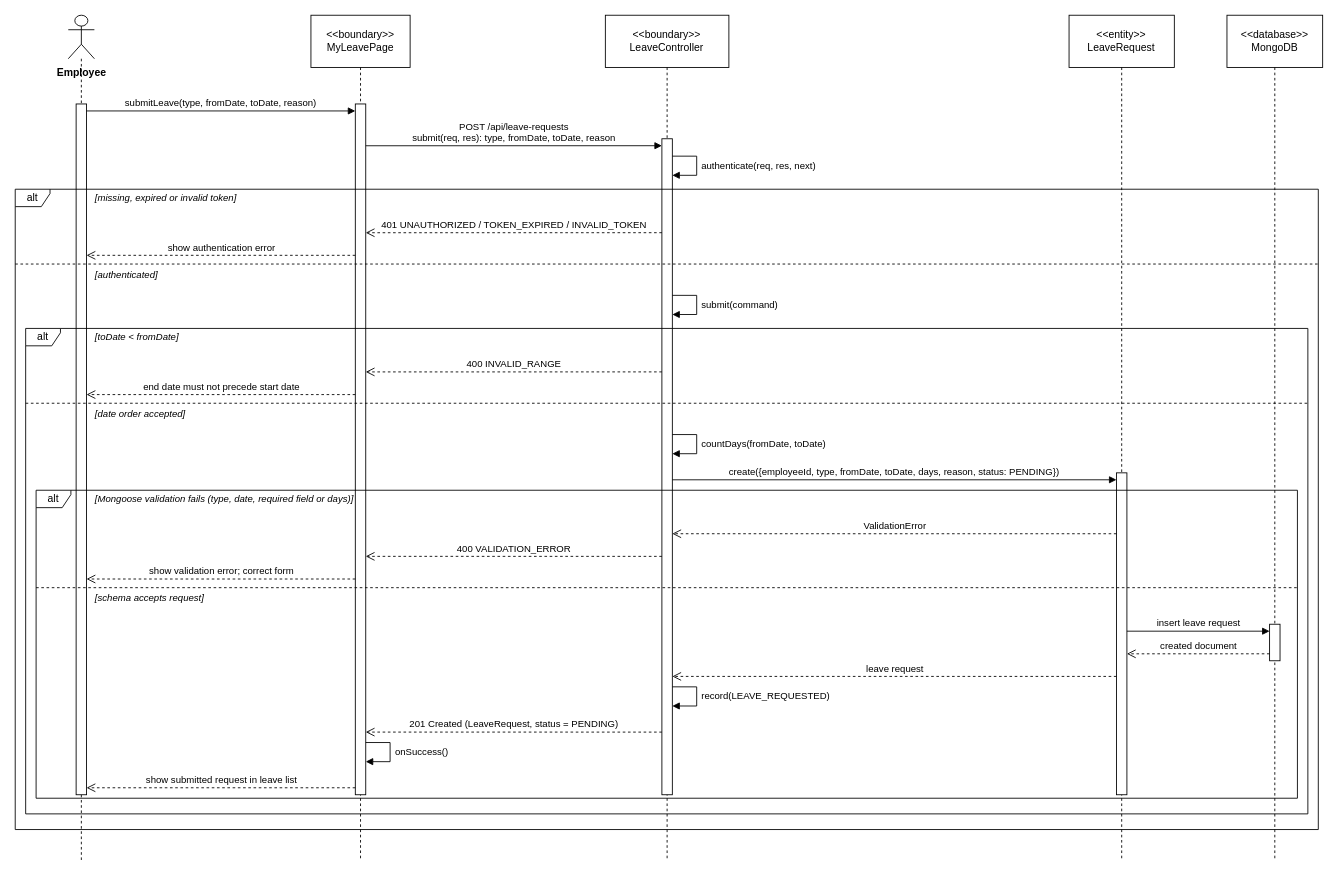
Above: final/diagrams/M5_Front-Desk-And-HR_Diagrams/sequence_diagrams/SD-19_UC-E15_SubmitLeaveRequest.drawio in toikobi401/SWD392 (draw.io), before the change. Source tidied: cells renumbered, new cells numbered last; positions are measured from the earlier drawing's top-left corner, leaving out a move shared by most shapes. Both pictures are drawn from the tidied source at 87%, with x=0, y=0 at pixel (15, 15).
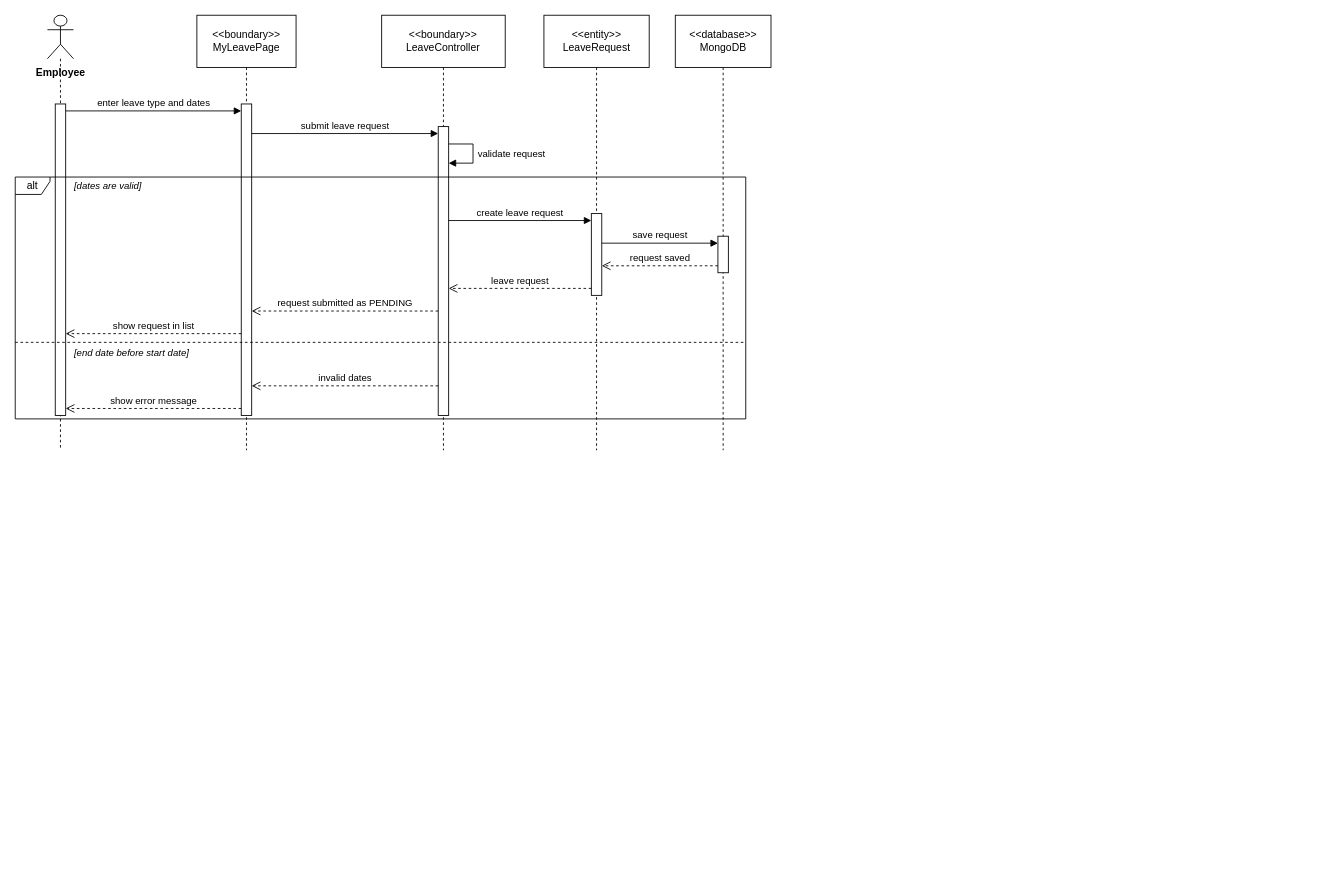
Above is the later version.

What changed in the source:
```diff
@@
     <mxCell id="2" value="Employee" style="shape=umlLifeline;participant=umlActor;perimeter=lifelinePerimeter;whiteSpace=nowrap;html=1;verticalAlign=top;spacingTop=52;size=50;fontStyle=1;" parent="1" vertex="1">
-      <mxGeometry x="61" width="30" height="972" as="geometry" />
+      <mxGeometry x="37" width="30" height="500" as="geometry" />
     </mxCell>
     <mxCell id="3" value="&amp;lt;&amp;lt;boundary&amp;gt;&amp;gt;&lt;br&gt;MyLeavePage" style="shape=umlLifeline;perimeter=lifelinePerimeter;whiteSpace=wrap;html=1;size=60;" parent="1" vertex="1">
-      <mxGeometry x="339.9" width="114" height="972" as="geometry" />
+      <mxGeometry x="208.8" width="114" height="500" as="geometry" />
     </mxCell>
     <mxCell id="4" value="&amp;lt;&amp;lt;boundary&amp;gt;&amp;gt;&lt;br&gt;LeaveController" style="shape=umlLifeline;perimeter=lifelinePerimeter;whiteSpace=wrap;html=1;size=60;" parent="1" vertex="1">
-      <mxGeometry x="678.3" width="142" height="972" as="geometry" />
+      <mxGeometry x="421.2" width="142" height="500" as="geometry" />
     </mxCell>
     <mxCell id="5" value="&amp;lt;&amp;lt;entity&amp;gt;&amp;gt;&lt;br&gt;LeaveRequest" style="shape=umlLifeline;perimeter=lifelinePerimeter;whiteSpace=wrap;html=1;size=60;" parent="1" vertex="1">
-      <mxGeometry x="1211.3" width="121" height="972" as="geometry" />
+      <mxGeometry x="607.7" width="121" height="500" as="geometry" />
     </mxCell>
     <mxCell id="6" value="&amp;lt;&amp;lt;database&amp;gt;&amp;gt;&lt;br&gt;MongoDB" style="shape=umlLifeline;perimeter=lifelinePerimeter;whiteSpace=wrap;html=1;size=60;" parent="1" vertex="1">
-      <mxGeometry x="1392.8" width="110" height="972" as="geometry" />
+      <mxGeometry x="758.7" width="110" height="500" as="geometry" />
     </mxCell>
     <mxCell id="7" style="html=1;points=[];perimeter=orthogonalPerimeter;outlineConnect=0;targetShapes=umlLifeline;portConstraint=eastwest;" parent="6" vertex="1">
-      <mxGeometry x="49" y="700" width="12" height="42" as="geometry" />
+      <mxGeometry x="49" y="254" width="12" height="42" as="geometry" />
     </mxCell>
     <mxCell id="8" style="html=1;points=[];perimeter=orthogonalPerimeter;outlineConnect=0;targetShapes=umlLifeline;portConstraint=eastwest;" parent="5" vertex="1">
-      <mxGeometry x="54.5" y="526" width="12" height="370" as="geometry" />
+      <mxGeometry x="54.5" y="228" width="12" height="94" as="geometry" />
     </mxCell>
     <mxCell id="9" style="html=1;points=[];perimeter=orthogonalPerimeter;outlineConnect=0;targetShapes=umlLifeline;portConstraint=eastwest;" parent="4" vertex="1">
-      <mxGeometry x="65" y="142" width="12" height="754" as="geometry" />
+      <mxGeometry x="65" y="128" width="12" height="332" as="geometry" />
     </mxCell>
     <mxCell id="10" style="html=1;points=[];perimeter=orthogonalPerimeter;outlineConnect=0;targetShapes=umlLifeline;portConstraint=eastwest;" parent="3" vertex="1">
-      <mxGeometry x="51" y="102" width="12" height="794" as="geometry" />
+      <mxGeometry x="51" y="102" width="12" height="358" as="geometry" />
     </mxCell>
     <mxCell id="11" style="html=1;points=[];perimeter=orthogonalPerimeter;outlineConnect=0;targetShapes=umlLifeline;portConstraint=eastwest;" parent="2" vertex="1">
-      <mxGeometry x="9" y="102" width="12" height="794" as="geometry" />
+      <mxGeometry x="9" y="102" width="12" height="358" as="geometry" />
     </mxCell>
     <mxCell id="12" value="alt" style="shape=umlFrame;whiteSpace=wrap;html=1;width=40;height=20;" parent="1" vertex="1">
-      <mxGeometry y="200" width="1497.8" height="736" as="geometry" />
+      <mxGeometry y="186" width="839.7" height="278" as="geometry" />
     </mxCell>
     <mxCell id="13" style="endArrow=none;dashed=1;html=1;rounded=0;" parent="1" edge="1">
       <mxGeometry relative="1" as="geometry">
-        <mxPoint y="286" as="sourcePoint" />
-        <mxPoint x="1497.8" y="286" as="targetPoint" />
+        <mxPoint y="376" as="sourcePoint" />
+        <mxPoint x="839.7" y="376" as="targetPoint" />
       </mxGeometry>
     </mxCell>
-    <mxCell id="14" value="[missing, expired or invalid token]" style="text;html=1;align=left;verticalAlign=middle;whiteSpace=nowrap;fontSize=11;fontStyle=2;labelBackgroundColor=#ffffff;" parent="1" vertex="1">
-      <mxGeometry x="90" y="200" width="219.9" height="20" as="geometry" />
+    <mxCell id="14" value="[dates are valid]" style="text;html=1;align=left;verticalAlign=middle;whiteSpace=nowrap;fontSize=11;fontStyle=2;labelBackgroundColor=#ffffff;" parent="1" vertex="1">
+      <mxGeometry x="66" y="186" width="106.5" height="20" as="geometry" />
     </mxCell>
-    <mxCell id="15" value="[authenticated]" style="text;html=1;align=left;verticalAlign=middle;whiteSpace=nowrap;fontSize=11;fontStyle=2;labelBackgroundColor=#ffffff;" parent="1" vertex="1">
-      <mxGeometry x="90" y="288" width="93.9" height="20" as="geometry" />
+    <mxCell id="15" value="[end date before start date]" style="text;html=1;align=left;verticalAlign=middle;whiteSpace=nowrap;fontSize=11;fontStyle=2;labelBackgroundColor=#ffffff;" parent="1" vertex="1">
+      <mxGeometry x="66" y="378" width="175.8" height="20" as="geometry" />
     </mxCell>
-    <mxCell id="16" value="alt" style="shape=umlFrame;whiteSpace=wrap;html=1;width=40;height=20;" parent="1" vertex="1">
-      <mxGeometry x="12" y="360" width="1473.8" height="558" as="geometry" />
-    </mxCell>
-    <mxCell id="17" style="endArrow=none;dashed=1;html=1;rounded=0;" parent="1" edge="1">
-      <mxGeometry relative="1" as="geometry">
-        <mxPoint x="12" y="446" as="sourcePoint" />
-        <mxPoint x="1485.8" y="446" as="targetPoint" />
-      </mxGeometry>
-    </mxCell>
-    <mxCell id="18" value="[toDate &lt; fromDate]" style="text;html=1;align=left;verticalAlign=middle;whiteSpace=nowrap;fontSize=11;fontStyle=2;labelBackgroundColor=#ffffff;" parent="1" vertex="1">
-      <mxGeometry x="90" y="360" width="119.1" height="20" as="geometry" />
-    </mxCell>
-    <mxCell id="19" value="[date order accepted]" style="text;html=1;align=left;verticalAlign=middle;whiteSpace=nowrap;fontSize=11;fontStyle=2;labelBackgroundColor=#ffffff;" parent="1" vertex="1">
-      <mxGeometry x="90" y="448" width="131.7" height="20" as="geometry" />
-    </mxCell>
-    <mxCell id="20" value="alt" style="shape=umlFrame;whiteSpace=wrap;html=1;width=40;height=20;" parent="1" vertex="1">
-      <mxGeometry x="24" y="546" width="1449.8" height="354" as="geometry" />
-    </mxCell>
-    <mxCell id="21" style="endArrow=none;dashed=1;html=1;rounded=0;" parent="1" edge="1">
-      <mxGeometry relative="1" as="geometry">
-        <mxPoint x="24" y="658" as="sourcePoint" />
-        <mxPoint x="1473.8" y="658" as="targetPoint" />
-      </mxGeometry>
-    </mxCell>
-    <mxCell id="22" value="[Mongoose validation fails (type, date, required field or days)]" style="text;html=1;align=left;verticalAlign=middle;whiteSpace=nowrap;fontSize=11;fontStyle=2;labelBackgroundColor=#ffffff;" parent="1" vertex="1">
-      <mxGeometry x="90" y="546" width="402.6" height="20" as="geometry" />
-    </mxCell>
-    <mxCell id="23" value="[schema accepts request]" style="text;html=1;align=left;verticalAlign=middle;whiteSpace=nowrap;fontSize=11;fontStyle=2;labelBackgroundColor=#ffffff;" parent="1" vertex="1">
-      <mxGeometry x="90" y="660" width="150.6" height="20" as="geometry" />
-    </mxCell>
-    <mxCell id="24" value="submitLeave(type, fromDate, toDate, reason)" style="html=1;verticalAlign=bottom;rounded=0;fontSize=11;endArrow=block;endFill=1;exitX=1;exitY=0.0101;exitDx=0;exitDy=0;exitPerimeter=0;entryX=0;entryY=0.0101;entryDx=0;entryDy=0;entryPerimeter=0;" parent="1" edge="1" source="11" target="10">
+    <mxCell id="24" value="enter leave type and dates" style="html=1;verticalAlign=bottom;rounded=0;fontSize=11;endArrow=block;endFill=1;exitX=1;exitY=0.0223;exitDx=0;exitDy=0;exitPerimeter=0;entryX=0;entryY=0.0223;entryDx=0;entryDy=0;entryPerimeter=0;" parent="1" edge="1" source="11" target="10">
       <mxGeometry relative="1" as="geometry" />
     </mxCell>
-    <mxCell id="25" value="POST /api/leave-requests&lt;br&gt;submit(req, res): type, fromDate, toDate, reason" style="html=1;verticalAlign=bottom;rounded=0;fontSize=11;endArrow=block;endFill=1;exitX=1;exitY=0.0605;exitDx=0;exitDy=0;exitPerimeter=0;entryX=0;entryY=0.0106;entryDx=0;entryDy=0;entryPerimeter=0;" parent="1" edge="1" source="10" target="9">
+    <mxCell id="25" value="submit leave request" style="html=1;verticalAlign=bottom;rounded=0;fontSize=11;endArrow=block;endFill=1;exitX=1;exitY=0.095;exitDx=0;exitDy=0;exitPerimeter=0;entryX=0;entryY=0.0241;entryDx=0;entryDy=0;entryPerimeter=0;" parent="1" edge="1" source="10" target="9">
       <mxGeometry relative="1" as="geometry" />
     </mxCell>
-    <mxCell id="26" value="authenticate(req, res, next)" style="html=1;align=left;spacingLeft=4;verticalAlign=middle;endArrow=block;endFill=1;rounded=0;fontSize=11;exitX=1;exitY=0.0265;exitDx=0;exitDy=0;exitPerimeter=0;entryX=1;entryY=0.0557;entryDx=0;entryDy=0;entryPerimeter=0;" parent="1" edge="1" source="9" target="9">
+    <mxCell id="26" value="validate request" style="html=1;align=left;spacingLeft=4;verticalAlign=middle;endArrow=block;endFill=1;rounded=0;fontSize=11;exitX=1;exitY=0.0602;exitDx=0;exitDy=0;exitPerimeter=0;entryX=1;entryY=0.1265;entryDx=0;entryDy=0;entryPerimeter=0;" parent="1" edge="1" source="9" target="9">
       <mxGeometry relative="1" as="geometry">
         <Array as="points">
-          <mxPoint x="783.3" y="162" />
-          <mxPoint x="783.3" y="184" />
+          <mxPoint x="526.2" y="148" />
+          <mxPoint x="526.2" y="170" />
         </Array>
       </mxGeometry>
     </mxCell>
-    <mxCell id="27" value="401 UNAUTHORIZED / TOKEN_EXPIRED / INVALID_TOKEN" style="html=1;verticalAlign=bottom;rounded=0;fontSize=11;dashed=1;endArrow=open;endSize=8;exitX=0;exitY=0.1432;exitDx=0;exitDy=0;exitPerimeter=0;entryX=1;entryY=0.1864;entryDx=0;entryDy=0;entryPerimeter=0;" parent="1" edge="1" source="9" target="10">
+    <mxCell id="27" value="create leave request" style="html=1;verticalAlign=bottom;rounded=0;fontSize=11;endArrow=block;endFill=1;exitX=1;exitY=0.3253;exitDx=0;exitDy=0;exitPerimeter=0;entryX=0;entryY=0.0851;entryDx=0;entryDy=0;entryPerimeter=0;" parent="1" edge="1" source="9" target="8">
       <mxGeometry relative="1" as="geometry" />
     </mxCell>
-    <mxCell id="28" value="show authentication error" style="html=1;verticalAlign=bottom;rounded=0;fontSize=11;dashed=1;endArrow=open;endSize=8;exitX=0;exitY=0.2191;exitDx=0;exitDy=0;exitPerimeter=0;entryX=1;entryY=0.2191;entryDx=0;entryDy=0;entryPerimeter=0;" parent="1" edge="1" source="10" target="11">
+    <mxCell id="28" value="save request" style="html=1;verticalAlign=bottom;rounded=0;fontSize=11;endArrow=block;endFill=1;exitX=1;exitY=0.3617;exitDx=0;exitDy=0;exitPerimeter=0;entryX=0;entryY=0.1905;entryDx=0;entryDy=0;entryPerimeter=0;" parent="1" edge="1" source="8" target="7">
       <mxGeometry relative="1" as="geometry" />
     </mxCell>
-    <mxCell id="29" value="submit(command)" style="html=1;align=left;spacingLeft=4;verticalAlign=middle;endArrow=block;endFill=1;rounded=0;fontSize=11;exitX=1;exitY=0.2387;exitDx=0;exitDy=0;exitPerimeter=0;entryX=1;entryY=0.2679;entryDx=0;entryDy=0;entryPerimeter=0;" parent="1" edge="1" source="9" target="9">
-      <mxGeometry relative="1" as="geometry">
-        <Array as="points">
-          <mxPoint x="783.3" y="322" />
-          <mxPoint x="783.3" y="344" />
-        </Array>
-      </mxGeometry>
+    <mxCell id="29" value="request saved" style="html=1;verticalAlign=bottom;rounded=0;fontSize=11;dashed=1;endArrow=open;endSize=8;exitX=0;exitY=0.8095;exitDx=0;exitDy=0;exitPerimeter=0;entryX=1;entryY=0.6383;entryDx=0;entryDy=0;entryPerimeter=0;" parent="1" edge="1" source="7" target="8">
+      <mxGeometry relative="1" as="geometry" />
     </mxCell>
-    <mxCell id="30" value="400 INVALID_RANGE" style="html=1;verticalAlign=bottom;rounded=0;fontSize=11;dashed=1;endArrow=open;endSize=8;exitX=0;exitY=0.3554;exitDx=0;exitDy=0;exitPerimeter=0;entryX=1;entryY=0.3879;entryDx=0;entryDy=0;entryPerimeter=0;" parent="1" edge="1" source="9" target="10">
+    <mxCell id="30" value="leave request" style="html=1;verticalAlign=bottom;rounded=0;fontSize=11;dashed=1;endArrow=open;endSize=8;exitX=0;exitY=0.9149;exitDx=0;exitDy=0;exitPerimeter=0;entryX=1;entryY=0.5602;entryDx=0;entryDy=0;entryPerimeter=0;" parent="1" edge="1" source="8" target="9">
       <mxGeometry relative="1" as="geometry" />
     </mxCell>
-    <mxCell id="31" value="end date must not precede start date" style="html=1;verticalAlign=bottom;rounded=0;fontSize=11;dashed=1;endArrow=open;endSize=8;exitX=0;exitY=0.4207;exitDx=0;exitDy=0;exitPerimeter=0;entryX=1;entryY=0.4207;entryDx=0;entryDy=0;entryPerimeter=0;" parent="1" edge="1" source="10" target="11">
+    <mxCell id="31" value="request submitted as PENDING" style="html=1;verticalAlign=bottom;rounded=0;fontSize=11;dashed=1;endArrow=open;endSize=8;exitX=0;exitY=0.6386;exitDx=0;exitDy=0;exitPerimeter=0;entryX=1;entryY=0.6648;entryDx=0;entryDy=0;entryPerimeter=0;" parent="1" edge="1" source="9" target="10">
       <mxGeometry relative="1" as="geometry" />
     </mxCell>
-    <mxCell id="32" value="countDays(fromDate, toDate)" style="html=1;align=left;spacingLeft=4;verticalAlign=middle;endArrow=block;endFill=1;rounded=0;fontSize=11;exitX=1;exitY=0.4509;exitDx=0;exitDy=0;exitPerimeter=0;entryX=1;entryY=0.4801;entryDx=0;entryDy=0;entryPerimeter=0;" parent="1" edge="1" source="9" target="9">
-      <mxGeometry relative="1" as="geometry">
-        <Array as="points">
-          <mxPoint x="783.3" y="482" />
-          <mxPoint x="783.3" y="504" />
-        </Array>
-      </mxGeometry>
+    <mxCell id="32" value="show request in list" style="html=1;verticalAlign=bottom;rounded=0;fontSize=11;dashed=1;endArrow=open;endSize=8;exitX=0;exitY=0.7374;exitDx=0;exitDy=0;exitPerimeter=0;entryX=1;entryY=0.7374;entryDx=0;entryDy=0;entryPerimeter=0;" parent="1" edge="1" source="10" target="11">
+      <mxGeometry relative="1" as="geometry" />
     </mxCell>
-    <mxCell id="33" value="create({employeeId, type, fromDate, toDate, days, reason, status: PENDING})" style="html=1;verticalAlign=bottom;rounded=0;fontSize=11;endArrow=block;endFill=1;exitX=1;exitY=0.5199;exitDx=0;exitDy=0;exitPerimeter=0;entryX=0;entryY=0.0216;entryDx=0;entryDy=0;entryPerimeter=0;" parent="1" edge="1" source="9" target="8">
+    <mxCell id="33" value="invalid dates" style="html=1;verticalAlign=bottom;rounded=0;fontSize=11;dashed=1;endArrow=open;endSize=8;exitX=0;exitY=0.8976;exitDx=0;exitDy=0;exitPerimeter=0;entryX=1;entryY=0.905;entryDx=0;entryDy=0;entryPerimeter=0;" parent="1" edge="1" source="9" target="10">
       <mxGeometry relative="1" as="geometry" />
     </mxCell>
-    <mxCell id="34" value="ValidationError" style="html=1;verticalAlign=bottom;rounded=0;fontSize=11;dashed=1;endArrow=open;endSize=8;exitX=0;exitY=0.1892;exitDx=0;exitDy=0;exitPerimeter=0;entryX=1;entryY=0.6021;entryDx=0;entryDy=0;entryPerimeter=0;" parent="1" edge="1" source="8" target="9">
+    <mxCell id="34" value="show error message" style="html=1;verticalAlign=bottom;rounded=0;fontSize=11;dashed=1;endArrow=open;endSize=8;exitX=0;exitY=0.9777;exitDx=0;exitDy=0;exitPerimeter=0;entryX=1;entryY=0.9777;entryDx=0;entryDy=0;entryPerimeter=0;" parent="1" edge="1" source="10" target="11">
       <mxGeometry relative="1" as="geometry" />
     </mxCell>
-    <mxCell id="35" value="400 VALIDATION_ERROR" style="html=1;verticalAlign=bottom;rounded=0;fontSize=11;dashed=1;endArrow=open;endSize=8;exitX=0;exitY=0.6366;exitDx=0;exitDy=0;exitPerimeter=0;entryX=1;entryY=0.6549;entryDx=0;entryDy=0;entryPerimeter=0;" parent="1" edge="1" source="9" target="10">
-      <mxGeometry relative="1" as="geometry" />
-    </mxCell>
-    <mxCell id="36" value="show validation error; correct form" style="html=1;verticalAlign=bottom;rounded=0;fontSize=11;dashed=1;endArrow=open;endSize=8;exitX=0;exitY=0.6877;exitDx=0;exitDy=0;exitPerimeter=0;entryX=1;entryY=0.6877;entryDx=0;entryDy=0;entryPerimeter=0;" parent="1" edge="1" source="10" target="11">
-      <mxGeometry relative="1" as="geometry" />
-    </mxCell>
-    <mxCell id="37" value="insert leave request" style="html=1;verticalAlign=bottom;rounded=0;fontSize=11;endArrow=block;endFill=1;exitX=1;exitY=0.4919;exitDx=0;exitDy=0;exitPerimeter=0;entryX=0;entryY=0.1905;entryDx=0;entryDy=0;entryPerimeter=0;" parent="1" edge="1" source="8" target="7">
-      <mxGeometry relative="1" as="geometry" />
-    </mxCell>
-    <mxCell id="38" value="created document" style="html=1;verticalAlign=bottom;rounded=0;fontSize=11;dashed=1;endArrow=open;endSize=8;exitX=0;exitY=0.8095;exitDx=0;exitDy=0;exitPerimeter=0;entryX=1;entryY=0.5622;entryDx=0;entryDy=0;entryPerimeter=0;" parent="1" edge="1" source="7" target="8">
-      <mxGeometry relative="1" as="geometry" />
-    </mxCell>
-    <mxCell id="39" value="leave request" style="html=1;verticalAlign=bottom;rounded=0;fontSize=11;dashed=1;endArrow=open;endSize=8;exitX=0;exitY=0.6324;exitDx=0;exitDy=0;exitPerimeter=0;entryX=1;entryY=0.8196;entryDx=0;entryDy=0;entryPerimeter=0;" parent="1" edge="1" source="8" target="9">
-      <mxGeometry relative="1" as="geometry" />
-    </mxCell>
-    <mxCell id="40" value="record(LEAVE_REQUESTED)" style="html=1;align=left;spacingLeft=4;verticalAlign=middle;endArrow=block;endFill=1;rounded=0;fontSize=11;exitX=1;exitY=0.8355;exitDx=0;exitDy=0;exitPerimeter=0;entryX=1;entryY=0.8647;entryDx=0;entryDy=0;entryPerimeter=0;" parent="1" edge="1" source="9" target="9">
-      <mxGeometry relative="1" as="geometry">
-        <Array as="points">
-          <mxPoint x="783.3" y="772" />
-          <mxPoint x="783.3" y="794" />
-        </Array>
-      </mxGeometry>
-    </mxCell>
-    <mxCell id="41" value="201 Created (LeaveRequest, status = PENDING)" style="html=1;verticalAlign=bottom;rounded=0;fontSize=11;dashed=1;endArrow=open;endSize=8;exitX=0;exitY=0.9045;exitDx=0;exitDy=0;exitPerimeter=0;entryX=1;entryY=0.9093;entryDx=0;entryDy=0;entryPerimeter=0;" parent="1" edge="1" source="9" target="10">
-      <mxGeometry relative="1" as="geometry" />
-    </mxCell>
-    <mxCell id="42" value="onSuccess()" style="html=1;align=left;spacingLeft=4;verticalAlign=middle;endArrow=block;endFill=1;rounded=0;fontSize=11;exitX=1;exitY=0.9244;exitDx=0;exitDy=0;exitPerimeter=0;entryX=1;entryY=0.9521;entryDx=0;entryDy=0;entryPerimeter=0;" parent="1" edge="1" source="10" target="10">
-      <mxGeometry relative="1" as="geometry">
-        <Array as="points">
-          <mxPoint x="430.9" y="836" />
-          <mxPoint x="430.9" y="858" />
-        </Array>
-      </mxGeometry>
-    </mxCell>
-    <mxCell id="43" value="show submitted request in leave list" style="html=1;verticalAlign=bottom;rounded=0;fontSize=11;dashed=1;endArrow=open;endSize=8;exitX=0;exitY=0.9899;exitDx=0;exitDy=0;exitPerimeter=0;entryX=1;entryY=0.9899;entryDx=0;entryDy=0;entryPerimeter=0;" parent="1" edge="1" source="10" target="11">
-      <mxGeometry relative="1" as="geometry" />
-    </mxCell>
```
